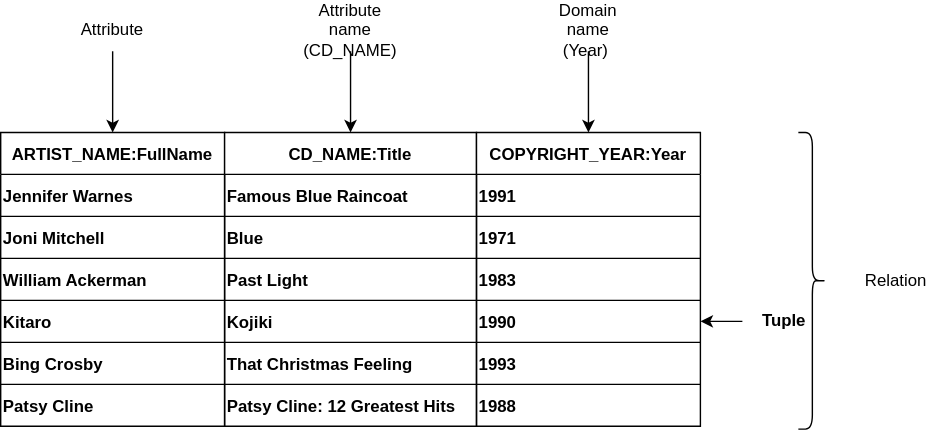
Earlier version of the draw.io export assets/img/c1/Relation Diagram.svg (joleksiysurovtsev/Oppel_SQL_a_beginners_guide). Source tidied: cells renumbered, new cells last; positions are measured from the earlier drawing's top-left corner, leaving out a move shared by most shapes.
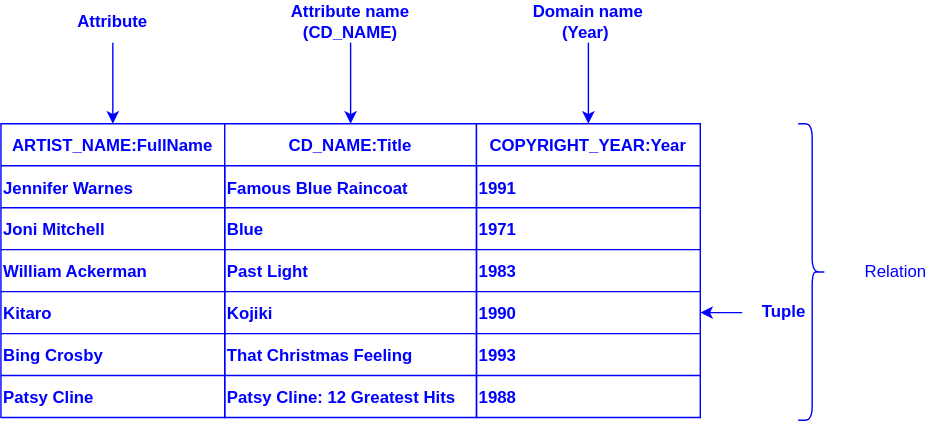
The same file after the commit.

Commit message:
#P30 try add scheme vd

Diff of the diagram source:
```diff
@@ -2,151 +2,151 @@
   <root>
     <mxCell id="0" />
     <mxCell id="1" parent="0" />
-    <mxCell id="2" value="ARTIST_NAME:FullName" style="shape=table;startSize=30;rowLines=1;fontStyle=1;align=center;" parent="1" vertex="1">
+    <mxCell id="2" value="ARTIST_NAME:FullName" style="shape=table;startSize=30;rowLines=1;fontStyle=1;align=center;fontColor=#0000FF;strokeColor=#0000FF;" parent="1" vertex="1">
       <mxGeometry y="88" width="160" height="210" as="geometry" />
     </mxCell>
-    <mxCell id="3" style="shape=tableRow;horizontal=0;startSize=0;swimlaneHead=0;swimlaneBody=0;fillColor=none;top=0;left=0;right=0;bottom=0;spacingTop=3;spacingRight=3;fontStyle=1;" parent="2" vertex="1">
+    <mxCell id="3" style="shape=tableRow;horizontal=0;startSize=0;swimlaneHead=0;swimlaneBody=0;fillColor=none;top=0;left=0;right=0;bottom=0;spacingTop=3;spacingRight=3;fontStyle=1;fontColor=#0000FF;" parent="2" vertex="1">
       <mxGeometry y="30" width="160" height="30" as="geometry" />
     </mxCell>
-    <mxCell id="4" value="Jennifer Warnes " style="shape=partialRectangle;fillColor=none;top=0;left=0;bottom=0;right=0;overflow=hidden;align=left;spacingTop=1;spacingRight=1;fontStyle=1;" parent="3" vertex="1">
+    <mxCell id="4" value="Jennifer Warnes " style="shape=partialRectangle;fillColor=none;top=0;left=0;bottom=0;right=0;overflow=hidden;align=left;spacingTop=1;spacingRight=1;fontStyle=1;fontColor=#0000FF;" parent="3" vertex="1">
       <mxGeometry width="160" height="30" as="geometry" />
     </mxCell>
-    <mxCell id="5" style="shape=tableRow;horizontal=0;startSize=0;swimlaneHead=0;swimlaneBody=0;fillColor=none;top=0;left=0;right=0;bottom=0;fontStyle=1;" parent="2" vertex="1">
+    <mxCell id="5" style="shape=tableRow;horizontal=0;startSize=0;swimlaneHead=0;swimlaneBody=0;fillColor=none;top=0;left=0;right=0;bottom=0;fontStyle=1;fontColor=#0000FF;" parent="2" vertex="1">
       <mxGeometry y="60" width="160" height="30" as="geometry" />
     </mxCell>
-    <mxCell id="6" value="Joni Mitchell " style="shape=partialRectangle;fillColor=none;top=0;left=0;bottom=0;right=0;overflow=hidden;align=left;fontStyle=1;" parent="5" vertex="1">
+    <mxCell id="6" value="Joni Mitchell " style="shape=partialRectangle;fillColor=none;top=0;left=0;bottom=0;right=0;overflow=hidden;align=left;fontStyle=1;fontColor=#0000FF;" parent="5" vertex="1">
       <mxGeometry width="160" height="30" as="geometry" />
     </mxCell>
-    <mxCell id="7" style="shape=tableRow;horizontal=0;startSize=0;swimlaneHead=0;swimlaneBody=0;fillColor=none;top=0;left=0;right=0;bottom=0;fontStyle=1;" parent="2" vertex="1">
+    <mxCell id="7" style="shape=tableRow;horizontal=0;startSize=0;swimlaneHead=0;swimlaneBody=0;fillColor=none;top=0;left=0;right=0;bottom=0;fontStyle=1;fontColor=#0000FF;" parent="2" vertex="1">
       <mxGeometry y="90" width="160" height="30" as="geometry" />
     </mxCell>
-    <mxCell id="8" value="William Ackerman " style="shape=partialRectangle;fillColor=none;top=0;left=0;bottom=0;right=0;overflow=hidden;align=left;fontStyle=1;" parent="7" vertex="1">
+    <mxCell id="8" value="William Ackerman " style="shape=partialRectangle;fillColor=none;top=0;left=0;bottom=0;right=0;overflow=hidden;align=left;fontStyle=1;fontColor=#0000FF;" parent="7" vertex="1">
       <mxGeometry width="160" height="30" as="geometry" />
     </mxCell>
-    <mxCell id="9" style="shape=tableRow;horizontal=0;startSize=0;swimlaneHead=0;swimlaneBody=0;fillColor=none;top=0;left=0;right=0;bottom=0;fontStyle=1;" parent="2" vertex="1">
+    <mxCell id="9" style="shape=tableRow;horizontal=0;startSize=0;swimlaneHead=0;swimlaneBody=0;fillColor=none;top=0;left=0;right=0;bottom=0;fontStyle=1;fontColor=#0000FF;" parent="2" vertex="1">
       <mxGeometry y="120" width="160" height="30" as="geometry" />
     </mxCell>
-    <mxCell id="10" value="Kitaro" style="shape=partialRectangle;fillColor=none;top=0;left=0;bottom=0;right=0;overflow=hidden;align=left;fontStyle=1;" parent="9" vertex="1">
+    <mxCell id="10" value="Kitaro" style="shape=partialRectangle;fillColor=none;top=0;left=0;bottom=0;right=0;overflow=hidden;align=left;fontStyle=1;fontColor=#0000FF;" parent="9" vertex="1">
       <mxGeometry width="160" height="30" as="geometry" />
     </mxCell>
-    <mxCell id="11" style="shape=tableRow;horizontal=0;startSize=0;swimlaneHead=0;swimlaneBody=0;fillColor=none;top=0;left=0;right=0;bottom=0;fontStyle=1;" parent="2" vertex="1">
+    <mxCell id="11" style="shape=tableRow;horizontal=0;startSize=0;swimlaneHead=0;swimlaneBody=0;fillColor=none;top=0;left=0;right=0;bottom=0;fontStyle=1;fontColor=#0000FF;" parent="2" vertex="1">
       <mxGeometry y="150" width="160" height="30" as="geometry" />
     </mxCell>
-    <mxCell id="12" value="Bing Crosby " style="shape=partialRectangle;fillColor=none;top=0;left=0;bottom=0;right=0;overflow=hidden;align=left;fontStyle=1;" parent="11" vertex="1">
+    <mxCell id="12" value="Bing Crosby " style="shape=partialRectangle;fillColor=none;top=0;left=0;bottom=0;right=0;overflow=hidden;align=left;fontStyle=1;fontColor=#0000FF;" parent="11" vertex="1">
       <mxGeometry width="160" height="30" as="geometry" />
     </mxCell>
-    <mxCell id="13" style="shape=tableRow;horizontal=0;startSize=0;swimlaneHead=0;swimlaneBody=0;fillColor=none;top=0;left=0;right=0;bottom=0;fontStyle=1;" parent="2" vertex="1">
+    <mxCell id="13" style="shape=tableRow;horizontal=0;startSize=0;swimlaneHead=0;swimlaneBody=0;fillColor=none;top=0;left=0;right=0;bottom=0;fontStyle=1;fontColor=#0000FF;" parent="2" vertex="1">
       <mxGeometry y="180" width="160" height="30" as="geometry" />
     </mxCell>
-    <mxCell id="14" value="Patsy Cline" style="shape=partialRectangle;fillColor=none;top=0;left=0;bottom=0;right=0;overflow=hidden;align=left;fontStyle=1;" parent="13" vertex="1">
+    <mxCell id="14" value="Patsy Cline" style="shape=partialRectangle;fillColor=none;top=0;left=0;bottom=0;right=0;overflow=hidden;align=left;fontStyle=1;fontColor=#0000FF;" parent="13" vertex="1">
       <mxGeometry width="160" height="30" as="geometry" />
     </mxCell>
-    <mxCell id="15" style="edgeStyle=orthogonalEdgeStyle;rounded=0;jettySize=auto;html=1;entryX=0.5;entryY=0;entryDx=0;entryDy=0;" parent="1" edge="1" source="16" target="2">
+    <mxCell id="15" style="edgeStyle=orthogonalEdgeStyle;rounded=0;jettySize=auto;html=1;entryX=0.5;entryY=0;entryDx=0;entryDy=0;fontColor=#0000FF;strokeColor=#0000FF;" parent="1" edge="1" source="16" target="2">
       <mxGeometry relative="1" as="geometry" />
     </mxCell>
-    <mxCell id="16" value="Attribute" style="text;html=1;strokeColor=none;fillColor=none;align=center;verticalAlign=middle;whiteSpace=wrap;rounded=0;" parent="1" vertex="1">
+    <mxCell id="16" value="Attribute" style="text;html=1;strokeColor=none;fillColor=none;align=center;verticalAlign=middle;whiteSpace=wrap;rounded=0;fontColor=#0000FF;fontStyle=1;" parent="1" vertex="1">
       <mxGeometry x="50" width="60" height="30" as="geometry" />
     </mxCell>
-    <mxCell id="17" value="CD_NAME:Title" style="shape=table;startSize=30;rowLines=1;fontStyle=1;align=center;" parent="1" vertex="1">
+    <mxCell id="17" value="CD_NAME:Title" style="shape=table;startSize=30;rowLines=1;fontStyle=1;align=center;fontColor=#0000FF;strokeColor=#0000FF;" parent="1" vertex="1">
       <mxGeometry x="160" y="88" width="180" height="210" as="geometry" />
     </mxCell>
-    <mxCell id="18" style="shape=tableRow;horizontal=0;startSize=0;swimlaneHead=0;swimlaneBody=0;fillColor=none;top=0;left=0;right=0;bottom=0;spacingTop=3;spacingRight=3;fontStyle=1;" parent="17" vertex="1">
+    <mxCell id="18" style="shape=tableRow;horizontal=0;startSize=0;swimlaneHead=0;swimlaneBody=0;fillColor=none;top=0;left=0;right=0;bottom=0;spacingTop=3;spacingRight=3;fontStyle=1;fontColor=#0000FF;" parent="17" vertex="1">
       <mxGeometry y="30" width="180" height="30" as="geometry" />
     </mxCell>
-    <mxCell id="19" value="Famous Blue Raincoat" style="shape=partialRectangle;fillColor=none;top=0;left=0;bottom=0;right=0;overflow=hidden;align=left;spacingTop=1;spacingRight=1;fontStyle=1;" parent="18" vertex="1">
+    <mxCell id="19" value="Famous Blue Raincoat" style="shape=partialRectangle;fillColor=none;top=0;left=0;bottom=0;right=0;overflow=hidden;align=left;spacingTop=1;spacingRight=1;fontStyle=1;fontColor=#0000FF;" parent="18" vertex="1">
       <mxGeometry width="180" height="30" as="geometry" />
     </mxCell>
-    <mxCell id="20" style="shape=tableRow;horizontal=0;startSize=0;swimlaneHead=0;swimlaneBody=0;fillColor=none;top=0;left=0;right=0;bottom=0;fontStyle=1;" parent="17" vertex="1">
+    <mxCell id="20" style="shape=tableRow;horizontal=0;startSize=0;swimlaneHead=0;swimlaneBody=0;fillColor=none;top=0;left=0;right=0;bottom=0;fontStyle=1;fontColor=#0000FF;" parent="17" vertex="1">
       <mxGeometry y="60" width="180" height="30" as="geometry" />
     </mxCell>
-    <mxCell id="21" value="Blue" style="shape=partialRectangle;fillColor=none;top=0;left=0;bottom=0;right=0;overflow=hidden;align=left;fontStyle=1;" parent="20" vertex="1">
+    <mxCell id="21" value="Blue" style="shape=partialRectangle;fillColor=none;top=0;left=0;bottom=0;right=0;overflow=hidden;align=left;fontStyle=1;fontColor=#0000FF;" parent="20" vertex="1">
       <mxGeometry width="180" height="30" as="geometry" />
     </mxCell>
-    <mxCell id="22" style="shape=tableRow;horizontal=0;startSize=0;swimlaneHead=0;swimlaneBody=0;fillColor=none;top=0;left=0;right=0;bottom=0;fontStyle=1;" parent="17" vertex="1">
+    <mxCell id="22" style="shape=tableRow;horizontal=0;startSize=0;swimlaneHead=0;swimlaneBody=0;fillColor=none;top=0;left=0;right=0;bottom=0;fontStyle=1;fontColor=#0000FF;" parent="17" vertex="1">
       <mxGeometry y="90" width="180" height="30" as="geometry" />
     </mxCell>
-    <mxCell id="23" value="Past Light" style="shape=partialRectangle;fillColor=none;top=0;left=0;bottom=0;right=0;overflow=hidden;align=left;fontStyle=1;" parent="22" vertex="1">
+    <mxCell id="23" value="Past Light" style="shape=partialRectangle;fillColor=none;top=0;left=0;bottom=0;right=0;overflow=hidden;align=left;fontStyle=1;fontColor=#0000FF;" parent="22" vertex="1">
       <mxGeometry width="180" height="30" as="geometry" />
     </mxCell>
-    <mxCell id="24" style="shape=tableRow;horizontal=0;startSize=0;swimlaneHead=0;swimlaneBody=0;fillColor=none;top=0;left=0;right=0;bottom=0;fontStyle=1;" parent="17" vertex="1">
+    <mxCell id="24" style="shape=tableRow;horizontal=0;startSize=0;swimlaneHead=0;swimlaneBody=0;fillColor=none;top=0;left=0;right=0;bottom=0;fontStyle=1;fontColor=#0000FF;" parent="17" vertex="1">
       <mxGeometry y="120" width="180" height="30" as="geometry" />
     </mxCell>
-    <mxCell id="25" value="Kojiki" style="shape=partialRectangle;fillColor=none;top=0;left=0;bottom=0;right=0;overflow=hidden;align=left;fontStyle=1;" parent="24" vertex="1">
+    <mxCell id="25" value="Kojiki" style="shape=partialRectangle;fillColor=none;top=0;left=0;bottom=0;right=0;overflow=hidden;align=left;fontStyle=1;fontColor=#0000FF;" parent="24" vertex="1">
       <mxGeometry width="180" height="30" as="geometry" />
     </mxCell>
-    <mxCell id="26" style="shape=tableRow;horizontal=0;startSize=0;swimlaneHead=0;swimlaneBody=0;fillColor=none;top=0;left=0;right=0;bottom=0;fontStyle=1;" parent="17" vertex="1">
+    <mxCell id="26" style="shape=tableRow;horizontal=0;startSize=0;swimlaneHead=0;swimlaneBody=0;fillColor=none;top=0;left=0;right=0;bottom=0;fontStyle=1;fontColor=#0000FF;" parent="17" vertex="1">
       <mxGeometry y="150" width="180" height="30" as="geometry" />
     </mxCell>
-    <mxCell id="27" value="That Christmas Feeling" style="shape=partialRectangle;fillColor=none;top=0;left=0;bottom=0;right=0;overflow=hidden;align=left;fontStyle=1;" parent="26" vertex="1">
+    <mxCell id="27" value="That Christmas Feeling" style="shape=partialRectangle;fillColor=none;top=0;left=0;bottom=0;right=0;overflow=hidden;align=left;fontStyle=1;fontColor=#0000FF;" parent="26" vertex="1">
       <mxGeometry width="180" height="30" as="geometry" />
     </mxCell>
-    <mxCell id="28" style="shape=tableRow;horizontal=0;startSize=0;swimlaneHead=0;swimlaneBody=0;fillColor=none;top=0;left=0;right=0;bottom=0;fontStyle=1;" parent="17" vertex="1">
+    <mxCell id="28" style="shape=tableRow;horizontal=0;startSize=0;swimlaneHead=0;swimlaneBody=0;fillColor=none;top=0;left=0;right=0;bottom=0;fontStyle=1;fontColor=#0000FF;" parent="17" vertex="1">
       <mxGeometry y="180" width="180" height="30" as="geometry" />
     </mxCell>
-    <mxCell id="29" value=" Patsy Cline: 12 Greatest Hits" style="shape=partialRectangle;fillColor=none;top=0;left=0;bottom=0;right=0;overflow=hidden;align=left;fontStyle=1;" parent="28" vertex="1">
+    <mxCell id="29" value=" Patsy Cline: 12 Greatest Hits" style="shape=partialRectangle;fillColor=none;top=0;left=0;bottom=0;right=0;overflow=hidden;align=left;fontStyle=1;fontColor=#0000FF;" parent="28" vertex="1">
       <mxGeometry width="180" height="30" as="geometry" />
     </mxCell>
-    <mxCell id="30" style="edgeStyle=orthogonalEdgeStyle;rounded=0;jettySize=auto;html=1;" parent="1" edge="1" source="31" target="17">
+    <mxCell id="30" style="edgeStyle=orthogonalEdgeStyle;rounded=0;jettySize=auto;html=1;fontColor=#0000FF;strokeColor=#0000FF;" parent="1" edge="1" source="31" target="17">
       <mxGeometry relative="1" as="geometry" />
     </mxCell>
-    <mxCell id="31" value="Attribute name&lt;br/&gt;(CD_NAME)" style="text;html=1;strokeColor=none;fillColor=none;align=center;verticalAlign=middle;whiteSpace=wrap;rounded=0;" parent="1" vertex="1">
-      <mxGeometry x="220" width="60" height="30" as="geometry" />
+    <mxCell id="31" value="Attribute name&lt;br&gt;(CD_NAME)" style="text;html=1;strokeColor=none;fillColor=none;align=center;verticalAlign=middle;whiteSpace=wrap;rounded=0;fontColor=#0000FF;fontStyle=1;" parent="1" vertex="1">
+      <mxGeometry x="200" width="100" height="30" as="geometry" />
     </mxCell>
-    <mxCell id="32" value="COPYRIGHT_YEAR:Year" style="shape=table;startSize=30;rowLines=1;fontStyle=1;align=center;" parent="1" vertex="1">
+    <mxCell id="32" value="COPYRIGHT_YEAR:Year" style="shape=table;startSize=30;rowLines=1;fontStyle=1;align=center;fontColor=#0000FF;strokeColor=#0000FF;" parent="1" vertex="1">
       <mxGeometry x="340" y="88" width="160" height="210" as="geometry" />
     </mxCell>
-    <mxCell id="33" style="shape=tableRow;horizontal=0;startSize=0;swimlaneHead=0;swimlaneBody=0;fillColor=none;top=0;left=0;right=0;bottom=0;spacingTop=3;spacingRight=3;fontStyle=1;" parent="32" vertex="1">
+    <mxCell id="33" style="shape=tableRow;horizontal=0;startSize=0;swimlaneHead=0;swimlaneBody=0;fillColor=none;top=0;left=0;right=0;bottom=0;spacingTop=3;spacingRight=3;fontStyle=1;fontColor=#0000FF;" parent="32" vertex="1">
       <mxGeometry y="30" width="160" height="30" as="geometry" />
     </mxCell>
-    <mxCell id="34" value="1991" style="shape=partialRectangle;fillColor=none;top=0;left=0;bottom=0;right=0;overflow=hidden;align=left;spacingTop=1;spacingRight=1;fontStyle=1;" parent="33" vertex="1">
+    <mxCell id="34" value="1991" style="shape=partialRectangle;fillColor=none;top=0;left=0;bottom=0;right=0;overflow=hidden;align=left;spacingTop=1;spacingRight=1;fontStyle=1;fontColor=#0000FF;" parent="33" vertex="1">
       <mxGeometry width="160" height="30" as="geometry" />
     </mxCell>
-    <mxCell id="35" style="shape=tableRow;horizontal=0;startSize=0;swimlaneHead=0;swimlaneBody=0;fillColor=none;top=0;left=0;right=0;bottom=0;fontStyle=1;" parent="32" vertex="1">
+    <mxCell id="35" style="shape=tableRow;horizontal=0;startSize=0;swimlaneHead=0;swimlaneBody=0;fillColor=none;top=0;left=0;right=0;bottom=0;fontStyle=1;fontColor=#0000FF;" parent="32" vertex="1">
       <mxGeometry y="60" width="160" height="30" as="geometry" />
     </mxCell>
-    <mxCell id="36" value="1971" style="shape=partialRectangle;fillColor=none;top=0;left=0;bottom=0;right=0;overflow=hidden;align=left;fontStyle=1;" parent="35" vertex="1">
+    <mxCell id="36" value="1971" style="shape=partialRectangle;fillColor=none;top=0;left=0;bottom=0;right=0;overflow=hidden;align=left;fontStyle=1;fontColor=#0000FF;" parent="35" vertex="1">
       <mxGeometry width="160" height="30" as="geometry" />
     </mxCell>
-    <mxCell id="37" style="shape=tableRow;horizontal=0;startSize=0;swimlaneHead=0;swimlaneBody=0;fillColor=none;top=0;left=0;right=0;bottom=0;fontStyle=1;" parent="32" vertex="1">
+    <mxCell id="37" style="shape=tableRow;horizontal=0;startSize=0;swimlaneHead=0;swimlaneBody=0;fillColor=none;top=0;left=0;right=0;bottom=0;fontStyle=1;fontColor=#0000FF;" parent="32" vertex="1">
       <mxGeometry y="90" width="160" height="30" as="geometry" />
     </mxCell>
-    <mxCell id="38" value="1983" style="shape=partialRectangle;fillColor=none;top=0;left=0;bottom=0;right=0;overflow=hidden;align=left;fontStyle=1;" parent="37" vertex="1">
+    <mxCell id="38" value="1983" style="shape=partialRectangle;fillColor=none;top=0;left=0;bottom=0;right=0;overflow=hidden;align=left;fontStyle=1;fontColor=#0000FF;" parent="37" vertex="1">
       <mxGeometry width="160" height="30" as="geometry" />
     </mxCell>
-    <mxCell id="39" style="shape=tableRow;horizontal=0;startSize=0;swimlaneHead=0;swimlaneBody=0;fillColor=none;points=[[0,0.5],[1,0.5]];portConstraint=eastwest;top=0;left=0;right=0;bottom=0;fontStyle=1;" parent="32" vertex="1">
+    <mxCell id="39" style="shape=tableRow;horizontal=0;startSize=0;swimlaneHead=0;swimlaneBody=0;fillColor=none;points=[[0,0.5],[1,0.5]];portConstraint=eastwest;top=0;left=0;right=0;bottom=0;fontStyle=1;fontColor=#0000FF;" parent="32" vertex="1">
       <mxGeometry y="120" width="160" height="30" as="geometry" />
     </mxCell>
-    <mxCell id="40" value="1990" style="shape=partialRectangle;fillColor=none;top=0;left=0;bottom=0;right=0;overflow=hidden;align=left;fontStyle=1;" parent="39" vertex="1">
+    <mxCell id="40" value="1990" style="shape=partialRectangle;fillColor=none;top=0;left=0;bottom=0;right=0;overflow=hidden;align=left;fontStyle=1;fontColor=#0000FF;" parent="39" vertex="1">
       <mxGeometry width="160" height="30" as="geometry" />
     </mxCell>
-    <mxCell id="41" style="shape=tableRow;horizontal=0;startSize=0;swimlaneHead=0;swimlaneBody=0;fillColor=none;top=0;left=0;right=0;bottom=0;fontStyle=1;" parent="32" vertex="1">
+    <mxCell id="41" style="shape=tableRow;horizontal=0;startSize=0;swimlaneHead=0;swimlaneBody=0;fillColor=none;top=0;left=0;right=0;bottom=0;fontStyle=1;fontColor=#0000FF;" parent="32" vertex="1">
       <mxGeometry y="150" width="160" height="30" as="geometry" />
     </mxCell>
-    <mxCell id="42" value="1993" style="shape=partialRectangle;fillColor=none;top=0;left=0;bottom=0;right=0;overflow=hidden;align=left;fontStyle=1;" parent="41" vertex="1">
+    <mxCell id="42" value="1993" style="shape=partialRectangle;fillColor=none;top=0;left=0;bottom=0;right=0;overflow=hidden;align=left;fontStyle=1;fontColor=#0000FF;" parent="41" vertex="1">
       <mxGeometry width="160" height="30" as="geometry" />
     </mxCell>
-    <mxCell id="43" style="shape=tableRow;horizontal=0;startSize=0;swimlaneHead=0;swimlaneBody=0;fillColor=none;top=0;left=0;right=0;bottom=0;fontStyle=1;" parent="32" vertex="1">
+    <mxCell id="43" style="shape=tableRow;horizontal=0;startSize=0;swimlaneHead=0;swimlaneBody=0;fillColor=none;top=0;left=0;right=0;bottom=0;fontStyle=1;fontColor=#0000FF;" parent="32" vertex="1">
       <mxGeometry y="180" width="160" height="30" as="geometry" />
     </mxCell>
-    <mxCell id="44" value=" 1988" style="shape=partialRectangle;fillColor=none;top=0;left=0;bottom=0;right=0;overflow=hidden;align=left;fontStyle=1;" parent="43" vertex="1">
+    <mxCell id="44" value=" 1988" style="shape=partialRectangle;fillColor=none;top=0;left=0;bottom=0;right=0;overflow=hidden;align=left;fontStyle=1;fontColor=#0000FF;" parent="43" vertex="1">
       <mxGeometry width="160" height="30" as="geometry" />
     </mxCell>
-    <mxCell id="45" style="edgeStyle=orthogonalEdgeStyle;rounded=0;jettySize=auto;html=1;" parent="1" edge="1" source="46" target="32">
+    <mxCell id="45" style="edgeStyle=orthogonalEdgeStyle;rounded=0;jettySize=auto;html=1;fontColor=#0000FF;strokeColor=#0000FF;" parent="1" edge="1" source="46" target="32">
       <mxGeometry relative="1" as="geometry" />
     </mxCell>
-    <mxCell id="46" value="Domain name&lt;br/&gt;(Year)&amp;nbsp;" style="text;html=1;strokeColor=none;fillColor=none;align=center;verticalAlign=middle;whiteSpace=wrap;rounded=0;" parent="1" vertex="1">
-      <mxGeometry x="390" width="60" height="30" as="geometry" />
+    <mxCell id="46" value="Domain name&lt;br&gt;(Year)&amp;nbsp;" style="text;html=1;strokeColor=none;fillColor=none;align=center;verticalAlign=middle;whiteSpace=wrap;rounded=0;fontColor=#0000FF;fontStyle=1;" parent="1" vertex="1">
+      <mxGeometry x="375" width="90" height="30" as="geometry" />
     </mxCell>
-    <mxCell id="47" style="edgeStyle=orthogonalEdgeStyle;rounded=0;jettySize=auto;html=1;" parent="1" edge="1" source="48" target="39">
+    <mxCell id="47" style="edgeStyle=orthogonalEdgeStyle;rounded=0;jettySize=auto;html=1;fontColor=#0000FF;strokeColor=#0000FF;" parent="1" edge="1" source="48" target="39">
       <mxGeometry relative="1" as="geometry" />
     </mxCell>
-    <mxCell id="48" value="Tuple" style="text;html=1;strokeColor=none;fillColor=none;align=center;verticalAlign=middle;whiteSpace=wrap;rounded=0;fontStyle=1;" parent="1" vertex="1">
+    <mxCell id="48" value="Tuple" style="text;html=1;strokeColor=none;fillColor=none;align=center;verticalAlign=middle;whiteSpace=wrap;rounded=0;fontStyle=1;fontColor=#0000FF;" parent="1" vertex="1">
       <mxGeometry x="530" y="208" width="60" height="30" as="geometry" />
     </mxCell>
-    <mxCell id="49" style="shape=curlyBracket;whiteSpace=wrap;html=1;rounded=1;flipH=1;labelPosition=right;verticalLabelPosition=middle;align=left;verticalAlign=middle;" parent="1" vertex="1">
+    <mxCell id="49" style="shape=curlyBracket;whiteSpace=wrap;html=1;rounded=1;flipH=1;labelPosition=right;verticalLabelPosition=middle;align=left;verticalAlign=middle;fontColor=#0000FF;strokeColor=#0000FF;" parent="1" vertex="1">
       <mxGeometry x="570" y="88" width="20" height="212" as="geometry" />
     </mxCell>
-    <mxCell id="50" value="Relation" style="text;html=1;strokeColor=none;fillColor=none;align=center;verticalAlign=middle;whiteSpace=wrap;rounded=0;" parent="1" vertex="1">
+    <mxCell id="50" value="Relation" style="text;html=1;strokeColor=none;fillColor=none;align=center;verticalAlign=middle;whiteSpace=wrap;rounded=0;fontColor=#0000FF;" parent="1" vertex="1">
       <mxGeometry x="610" y="179" width="60" height="30" as="geometry" />
     </mxCell>
   </root>
```
